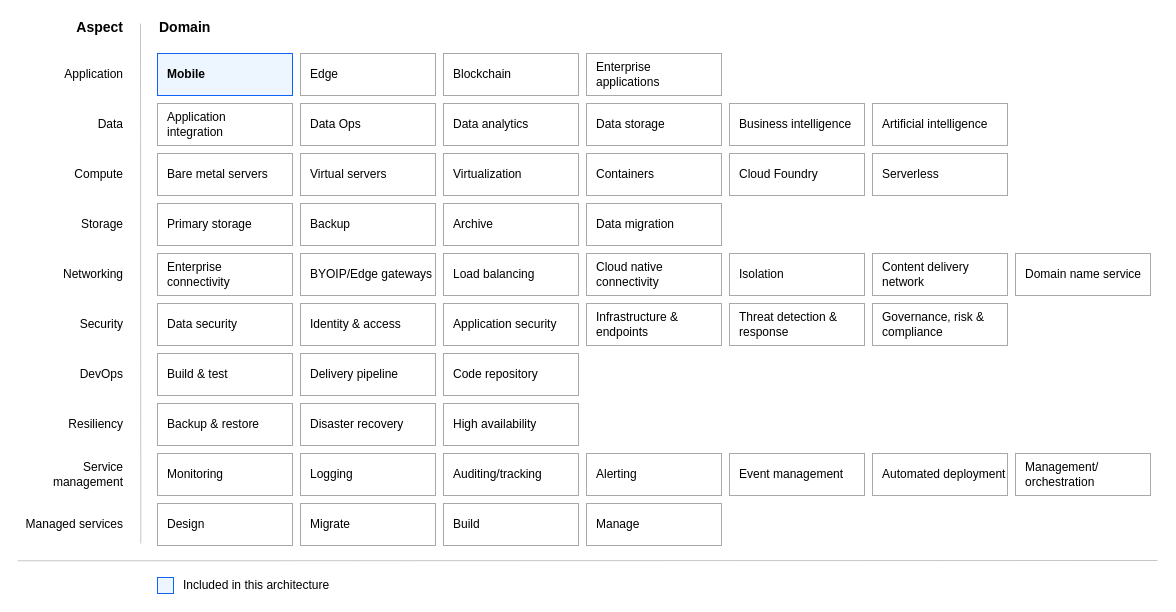
This is templates/heat-map-template.drawio from ibm-cloud-docs/architecture-framework, a draw.io file, before an edit. Source tidied: cells renumbered, new cells numbered last; positions are measured from the earlier drawing's top-left corner, leaving out a move shared by most shapes. Both pictures are drawn from the tidied source at 100%, with x=0, y=0 at pixel (17, 17).
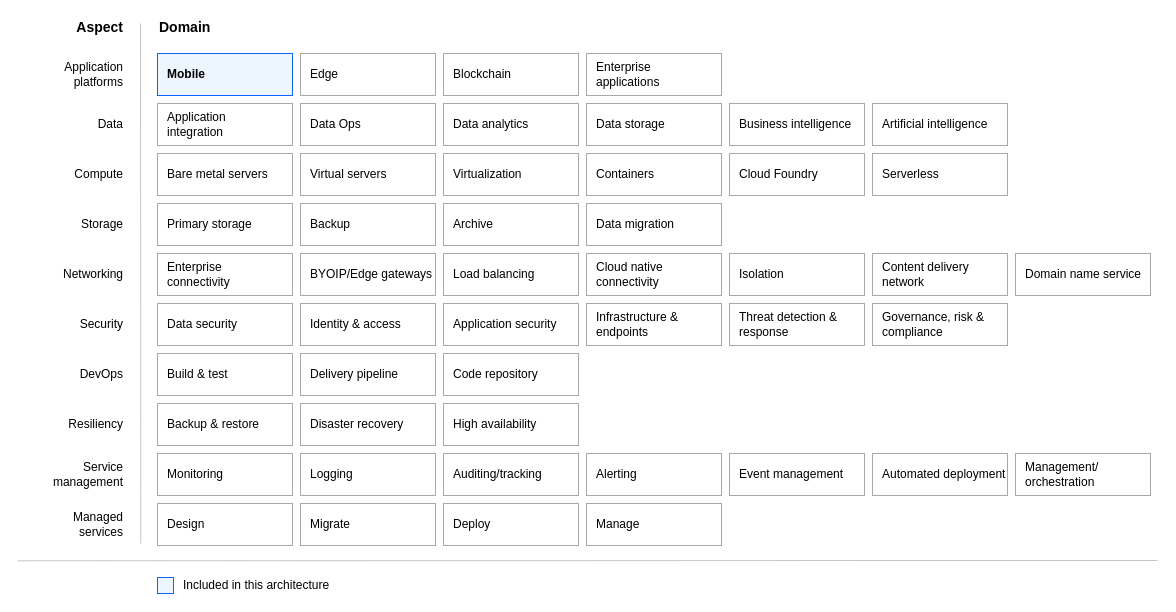
The same diagram, later.

Diff of the diagram source:
```diff
@@
-    <mxCell id="49" value="Build" style="rounded=0;whiteSpace=wrap;html=1;strokeColor=#A8A8A8;align=left;spacingLeft=8;fontFamily=IBM Plex Sans;fillColor=default;fontStyle=0;" parent="1" vertex="1">
+    <mxCell id="49" value="Deploy" style="rounded=0;whiteSpace=wrap;html=1;strokeColor=#A8A8A8;align=left;spacingLeft=8;fontFamily=IBM Plex Sans;fillColor=default;fontStyle=0;" parent="1" vertex="1">
       <mxGeometry x="426" y="486" width="135" height="42" as="geometry" />
     </mxCell>
@@
-    <mxCell id="54" value="Application" style="text;strokeColor=none;fillColor=none;html=1;fontSize=12;fontStyle=0;verticalAlign=middle;align=right;rounded=0;fontFamily=IBM Plex Sans;fontColor=default;" parent="1" vertex="1">
+    <mxCell id="54" value="Application &lt;br&gt;platforms" style="text;strokeColor=none;fillColor=none;html=1;fontSize=12;fontStyle=0;verticalAlign=middle;align=right;rounded=0;fontFamily=IBM Plex Sans;fontColor=default;" parent="1" vertex="1">
       <mxGeometry x="7" y="47" width="100" height="20" as="geometry" />
     </mxCell>
@@
-    <mxCell id="63" value="Managed services" style="text;strokeColor=none;fillColor=none;html=1;fontSize=12;fontStyle=0;verticalAlign=middle;align=right;rounded=0;fontFamily=IBM Plex Sans;fontColor=default;" parent="1" vertex="1">
+    <mxCell id="63" value="Managed &lt;br&gt;services" style="text;strokeColor=none;fillColor=none;html=1;fontSize=12;fontStyle=0;verticalAlign=middle;align=right;rounded=0;fontFamily=IBM Plex Sans;fontColor=default;" parent="1" vertex="1">
       <mxGeometry x="7" y="497" width="100" height="20" as="geometry" />
     </mxCell>
```
